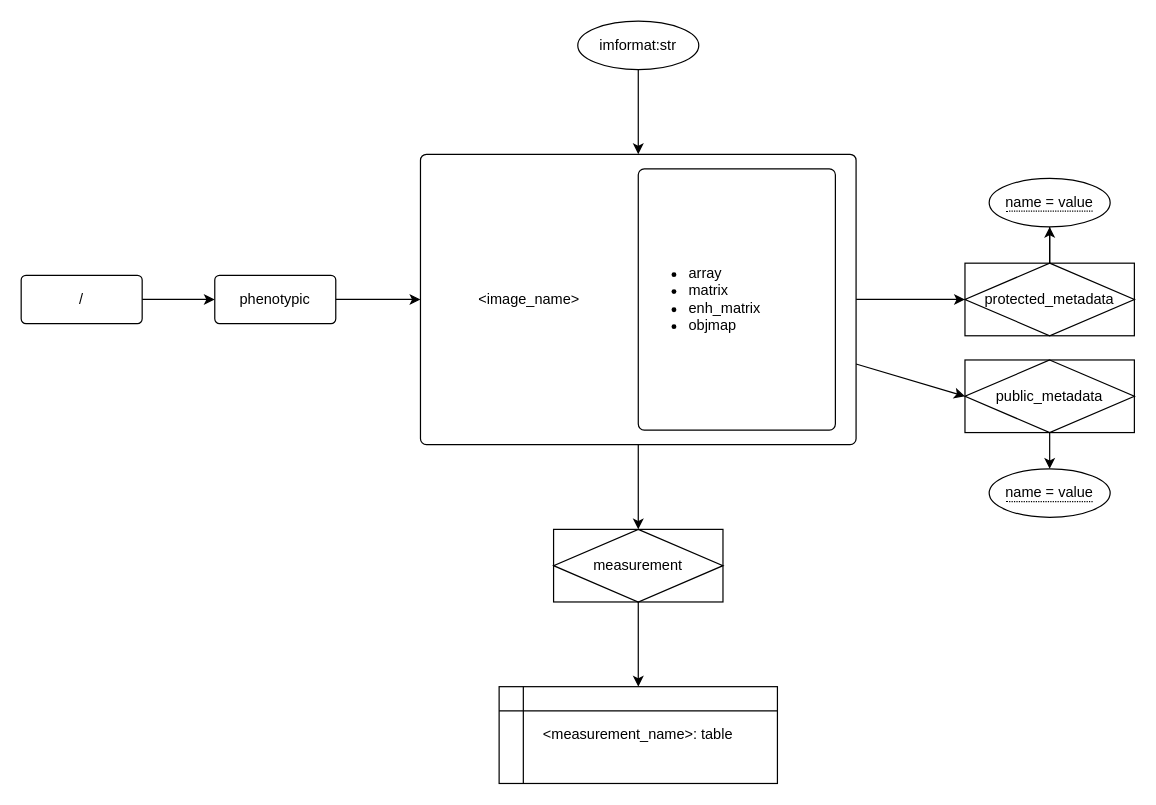
Above: page "I/O HDF5" (2 of 7) of docs/diagrams/Phenotypic-Diagrams.drawio in exfab/PhenoTypic (draw.io), before the change. Source tidied: cells renumbered, new cells numbered last; positions are measured from the earlier drawing's top-left corner, leaving out a move shared by most shapes. Both pictures are drawn from the tidied source at 121%, with x=0, y=0 at pixel (21, 21).
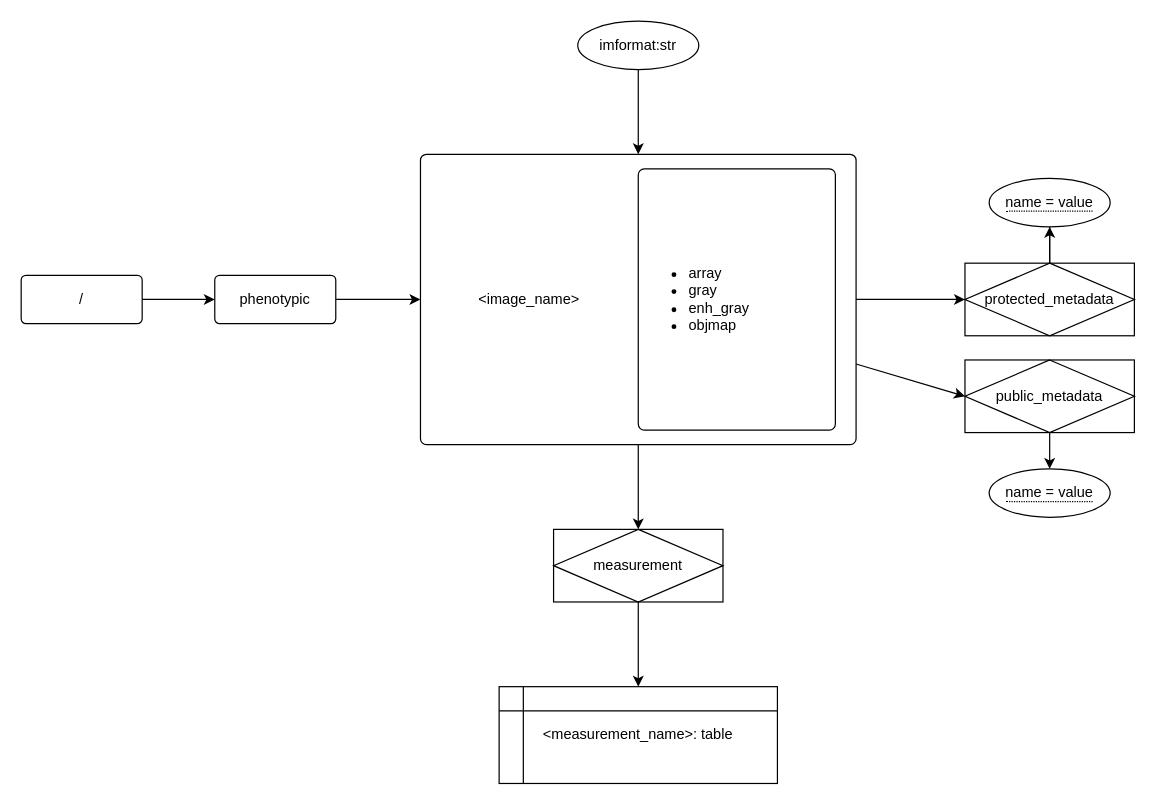
Above is the later version.

Unchanged cells that the change refers to:
```xml
<mxCell id="9" style="rounded=1;absoluteArcSize=1;html=1;arcSize=10;" parent="1" vertex="1">
  <mxGeometry x="330" y="110" width="360" height="240" as="geometry" />
</mxCell>
```

The edit, as a diff of the source:
```diff
@@
-    <mxCell id="11" value="&lt;ul&gt;&lt;li&gt;array&lt;/li&gt;&lt;li&gt;matrix&lt;/li&gt;&lt;li&gt;enh_matrix&lt;/li&gt;&lt;li&gt;objmap&lt;/li&gt;&lt;/ul&gt;" style="rounded=1;absoluteArcSize=1;html=1;arcSize=10;whiteSpace=wrap;strokeColor=inherit;fillColor=inherit;align=left;" parent="9" vertex="1">
+    <mxCell id="11" value="&lt;ul&gt;&lt;li&gt;array&lt;/li&gt;&lt;li&gt;gray&lt;/li&gt;&lt;li&gt;enh_gray&lt;/li&gt;&lt;li&gt;objmap&lt;/li&gt;&lt;/ul&gt;" style="rounded=1;absoluteArcSize=1;html=1;arcSize=10;whiteSpace=wrap;strokeColor=inherit;fillColor=inherit;align=left;" parent="9" vertex="1">
       <mxGeometry x="180" y="12" width="162.9" height="216" as="geometry" />
     </mxCell>
```
